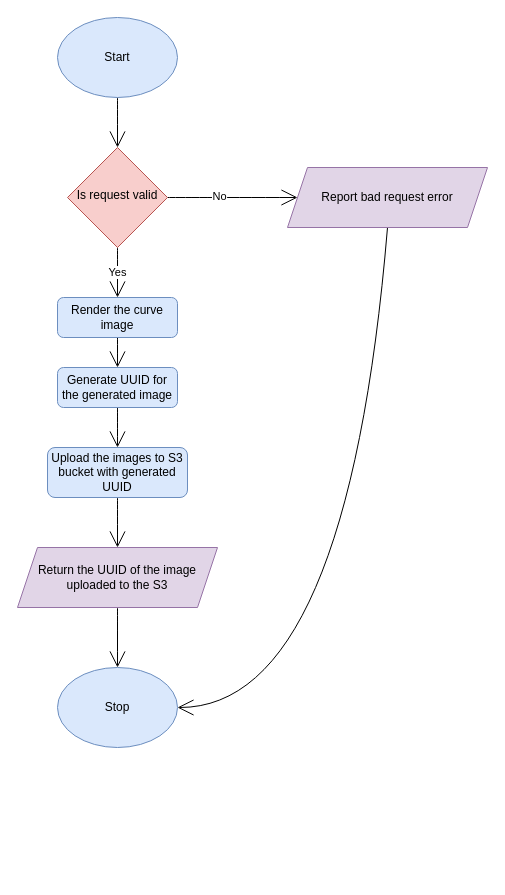
This is DataPoints_API_flowchart.drawio from roushanatlcci/testRepo, a draw.io file, before an edit. Source tidied: cells renumbered, new cells numbered last; positions are measured from the earlier drawing's top-left corner, leaving out a move shared by most shapes. Both pictures are drawn from the tidied source at 100%, with x=0, y=0 at pixel (17, 17).
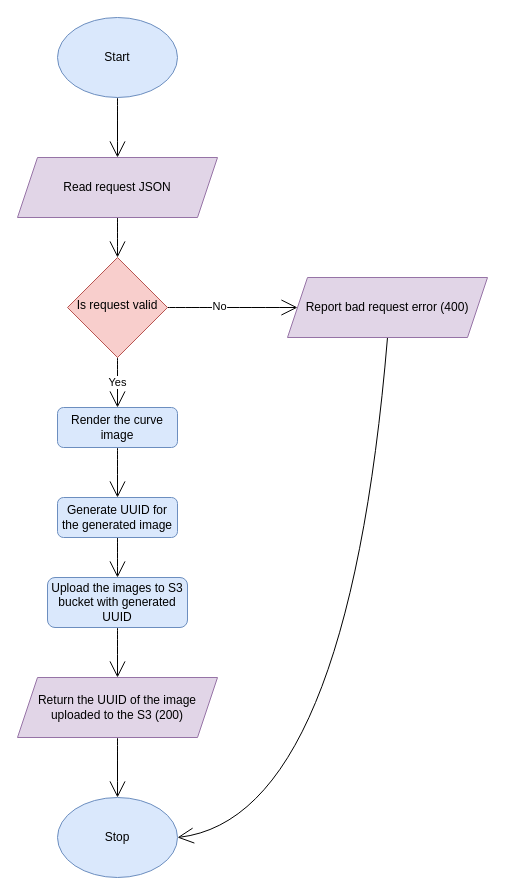
The same diagram, later.

Unchanged cells that the change refers to:
```xml
<mxCell id="15" value="Start" style="ellipse;whiteSpace=wrap;html=1;hachureGap=4;fillColor=#dae8fc;strokeColor=#6c8ebf;" parent="1" vertex="1">
  <mxGeometry x="40" width="120" height="80" as="geometry" />
</mxCell>
```

Change to the diagram source:
```diff
@@
-    <mxCell id="2" style="edgeStyle=none;curved=1;rounded=0;jettySize=auto;html=1;exitX=0.5;exitY=1;exitDx=0;exitDy=0;endArrow=open;startSize=14;endSize=14;sourcePerimeterSpacing=8;targetPerimeterSpacing=8;entryX=0.5;entryY=0;entryDx=0;entryDy=0;" parent="1" edge="1" source="15" target="6">
+    <mxCell id="2" style="edgeStyle=none;curved=1;rounded=0;jettySize=auto;html=1;exitX=0.5;exitY=1;exitDx=0;exitDy=0;endArrow=open;startSize=14;endSize=14;sourcePerimeterSpacing=8;targetPerimeterSpacing=8;entryX=0.5;entryY=0;entryDx=0;entryDy=0;" parent="1" edge="1" source="15" target="20">
       <mxGeometry relative="1" as="geometry" />
     </mxCell>
@@
     <mxCell id="6" value="Is request valid" style="rhombus;whiteSpace=wrap;html=1;shadow=0;fontFamily=Helvetica;fontSize=12;align=center;strokeWidth=1;spacing=6;spacingTop=-4;fillColor=#f8cecc;strokeColor=#b85450;" parent="1" vertex="1">
-      <mxGeometry x="50" y="130" width="100" height="100" as="geometry" />
+      <mxGeometry x="50" y="240" width="100" height="100" as="geometry" />
     </mxCell>
     <mxCell id="7" style="edgeStyle=none;curved=1;rounded=0;jettySize=auto;html=1;exitX=0.5;exitY=1;exitDx=0;exitDy=0;entryX=1;entryY=0.5;entryDx=0;entryDy=0;endArrow=open;startSize=14;endSize=14;sourcePerimeterSpacing=8;targetPerimeterSpacing=8;" parent="1" edge="1" source="18" target="16">
       <mxGeometry relative="1" as="geometry">
         <Array as="points">
-          <mxPoint x="330" y="690" />
+          <mxPoint x="330" y="800" />
         </Array>
       </mxGeometry>
     </mxCell>
@@
     <mxCell id="9" value="Render the curve image" style="rounded=1;whiteSpace=wrap;html=1;fontSize=12;glass=0;strokeWidth=1;shadow=0;fillColor=#dae8fc;strokeColor=#6c8ebf;" parent="1" vertex="1">
-      <mxGeometry x="40" y="280" width="120" height="40" as="geometry" />
+      <mxGeometry x="40" y="390" width="120" height="40" as="geometry" />
     </mxCell>
@@
     <mxCell id="11" value="Generate UUID for the generated image" style="rounded=1;whiteSpace=wrap;html=1;fontSize=12;glass=0;strokeWidth=1;shadow=0;fillColor=#dae8fc;strokeColor=#6c8ebf;" parent="1" vertex="1">
-      <mxGeometry x="40" y="350" width="120" height="40" as="geometry" />
+      <mxGeometry x="40" y="480" width="120" height="40" as="geometry" />
     </mxCell>
@@
     <mxCell id="13" value="Upload the images to S3 bucket with generated UUID" style="rounded=1;whiteSpace=wrap;html=1;fontSize=12;glass=0;strokeWidth=1;shadow=0;fillColor=#dae8fc;strokeColor=#6c8ebf;" parent="1" vertex="1">
-      <mxGeometry x="30" y="430" width="140" height="50" as="geometry" />
+      <mxGeometry x="30" y="560" width="140" height="50" as="geometry" />
     </mxCell>
@@
     <mxCell id="16" value="Stop" style="ellipse;whiteSpace=wrap;html=1;hachureGap=4;fillColor=#dae8fc;strokeColor=#6c8ebf;" parent="1" vertex="1">
-      <mxGeometry x="40" y="650" width="120" height="80" as="geometry" />
+      <mxGeometry x="40" y="780" width="120" height="80" as="geometry" />
     </mxCell>
-    <mxCell id="17" value="&lt;span&gt;Return the UUID of the image uploaded to the S3&lt;/span&gt;" style="shape=parallelogram;perimeter=parallelogramPerimeter;whiteSpace=wrap;html=1;fixedSize=1;hachureGap=4;fillColor=#e1d5e7;strokeColor=#9673a6;" parent="1" vertex="1">
-      <mxGeometry y="530" width="200" height="60" as="geometry" />
+    <mxCell id="17" value="&lt;span&gt;Return the UUID of the image uploaded to the S3 (200)&lt;/span&gt;" style="shape=parallelogram;perimeter=parallelogramPerimeter;whiteSpace=wrap;html=1;fixedSize=1;hachureGap=4;fillColor=#e1d5e7;strokeColor=#9673a6;" parent="1" vertex="1">
+      <mxGeometry y="660" width="200" height="60" as="geometry" />
     </mxCell>
-    <mxCell id="18" value="Report bad request error" style="shape=parallelogram;perimeter=parallelogramPerimeter;whiteSpace=wrap;html=1;fixedSize=1;hachureGap=4;fillColor=#e1d5e7;strokeColor=#9673a6;" parent="1" vertex="1">
-      <mxGeometry x="270" y="150" width="200" height="60" as="geometry" />
+    <mxCell id="18" value="Report bad request error (400)" style="shape=parallelogram;perimeter=parallelogramPerimeter;whiteSpace=wrap;html=1;fixedSize=1;hachureGap=4;fillColor=#e1d5e7;strokeColor=#9673a6;" parent="1" vertex="1">
+      <mxGeometry x="270" y="260" width="200" height="60" as="geometry" />
     </mxCell>
+    <mxCell id="19" style="edgeStyle=none;curved=1;rounded=0;jettySize=auto;html=1;exitX=0.5;exitY=1;exitDx=0;exitDy=0;entryX=0.5;entryY=0;entryDx=0;entryDy=0;endArrow=open;startSize=14;endSize=14;sourcePerimeterSpacing=8;targetPerimeterSpacing=8;" parent="1" edge="1" source="20" target="6">
+      <mxGeometry relative="1" as="geometry" />
+    </mxCell>
+    <mxCell id="20" value="Read request JSON" style="shape=parallelogram;perimeter=parallelogramPerimeter;whiteSpace=wrap;html=1;fixedSize=1;hachureGap=4;fillColor=#e1d5e7;strokeColor=#9673a6;" parent="1" vertex="1">
+      <mxGeometry y="140" width="200" height="60" as="geometry" />
+    </mxCell>
```
